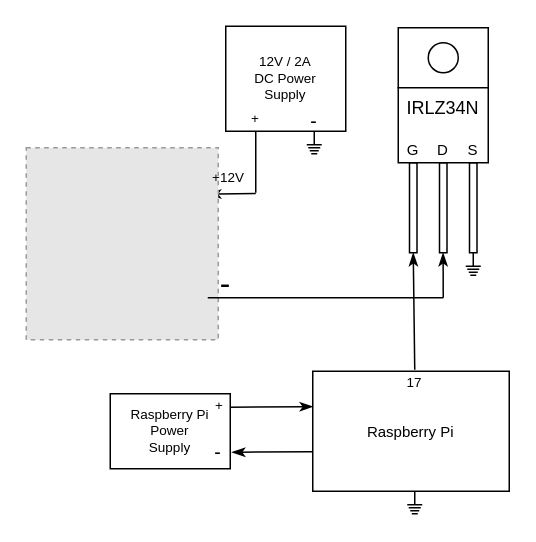
Before: docs/wiring_diagram.drawio in z4gunn/OctoPrint-GpioFanController, a draw.io diagram. Source tidied: cells renumbered, new cells numbered last; positions are measured from the earlier drawing's top-left corner, leaving out a move shared by most shapes. Both pictures are drawn from the tidied source at 150%, with x=0, y=0 at pixel (26, 26). Pictures stored in the file or linked from it are replaced by grey dashed boxes.
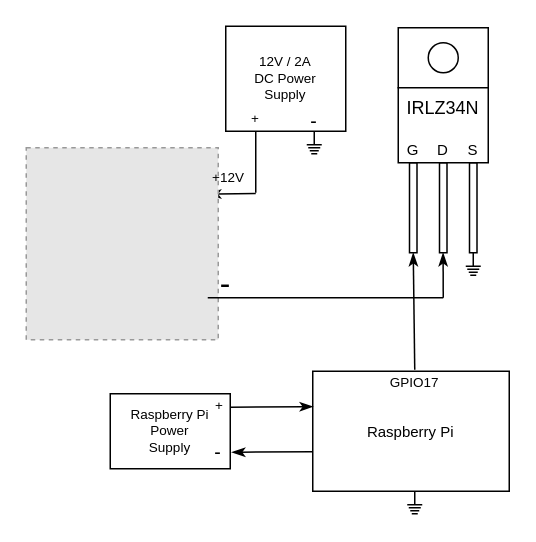
The same diagram, later.

Commit message (it also covers changes not shown here):
updated wiring diagrams

Change to the diagram source:
```diff
@@
-    <mxCell id="43" value="17" style="text;html=1;strokeColor=none;fillColor=none;align=center;verticalAlign=middle;whiteSpace=wrap;rounded=0;fontSize=9;" parent="1" vertex="1">
+    <mxCell id="43" value="GPIO17" style="text;html=1;strokeColor=none;fillColor=none;align=center;verticalAlign=middle;whiteSpace=wrap;rounded=0;fontSize=9;" parent="1" vertex="1">
       <mxGeometry x="250" y="232" width="18" height="11" as="geometry" />
     </mxCell>
```
